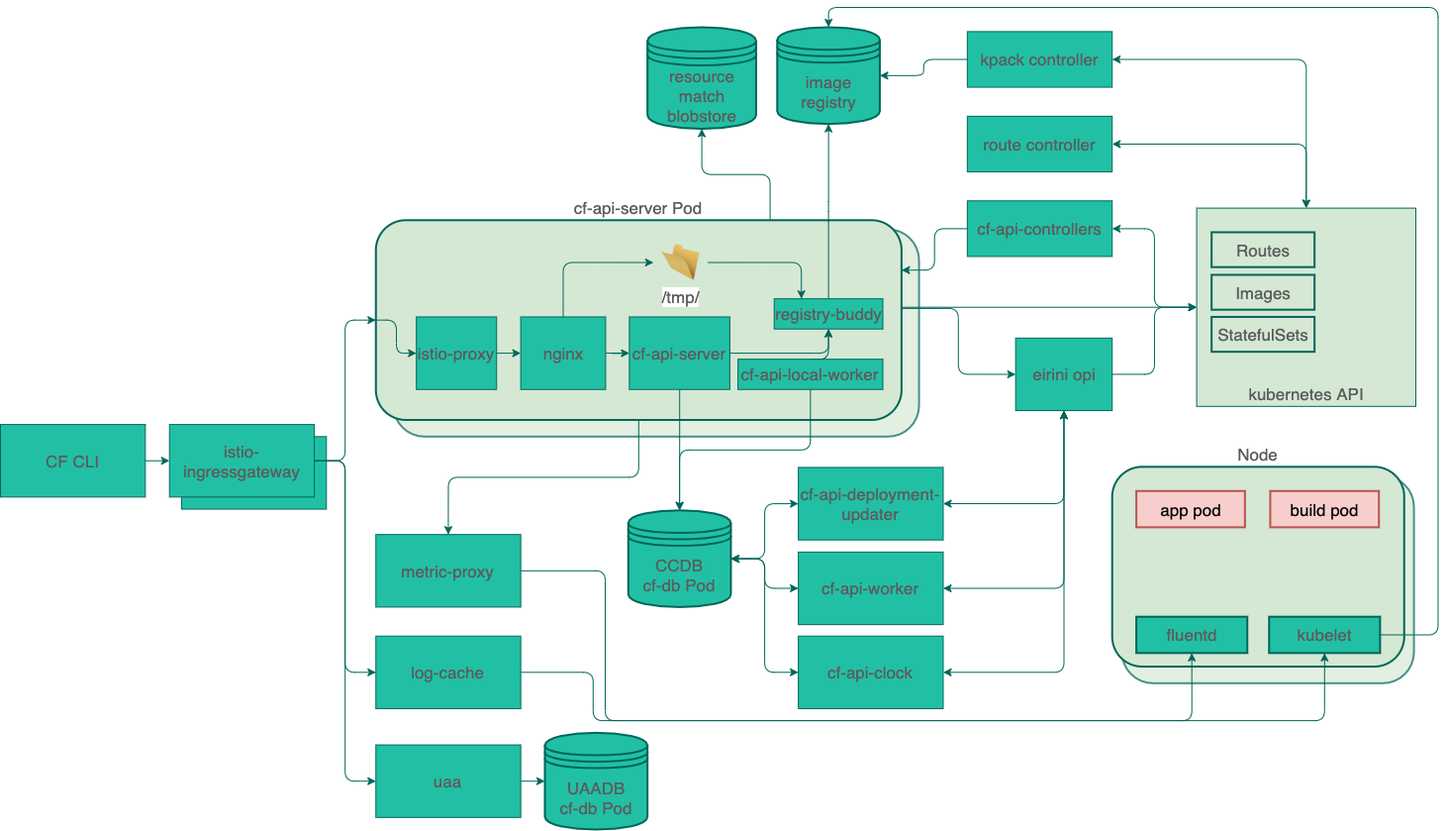
Earlier version of the draw.io export capi-k8s-release.png (cloudfoundry/capi-k8s-release). Source tidied: cells renumbered, new cells last; positions are measured from the earlier drawing's top-left corner, leaving out a move shared by most shapes.
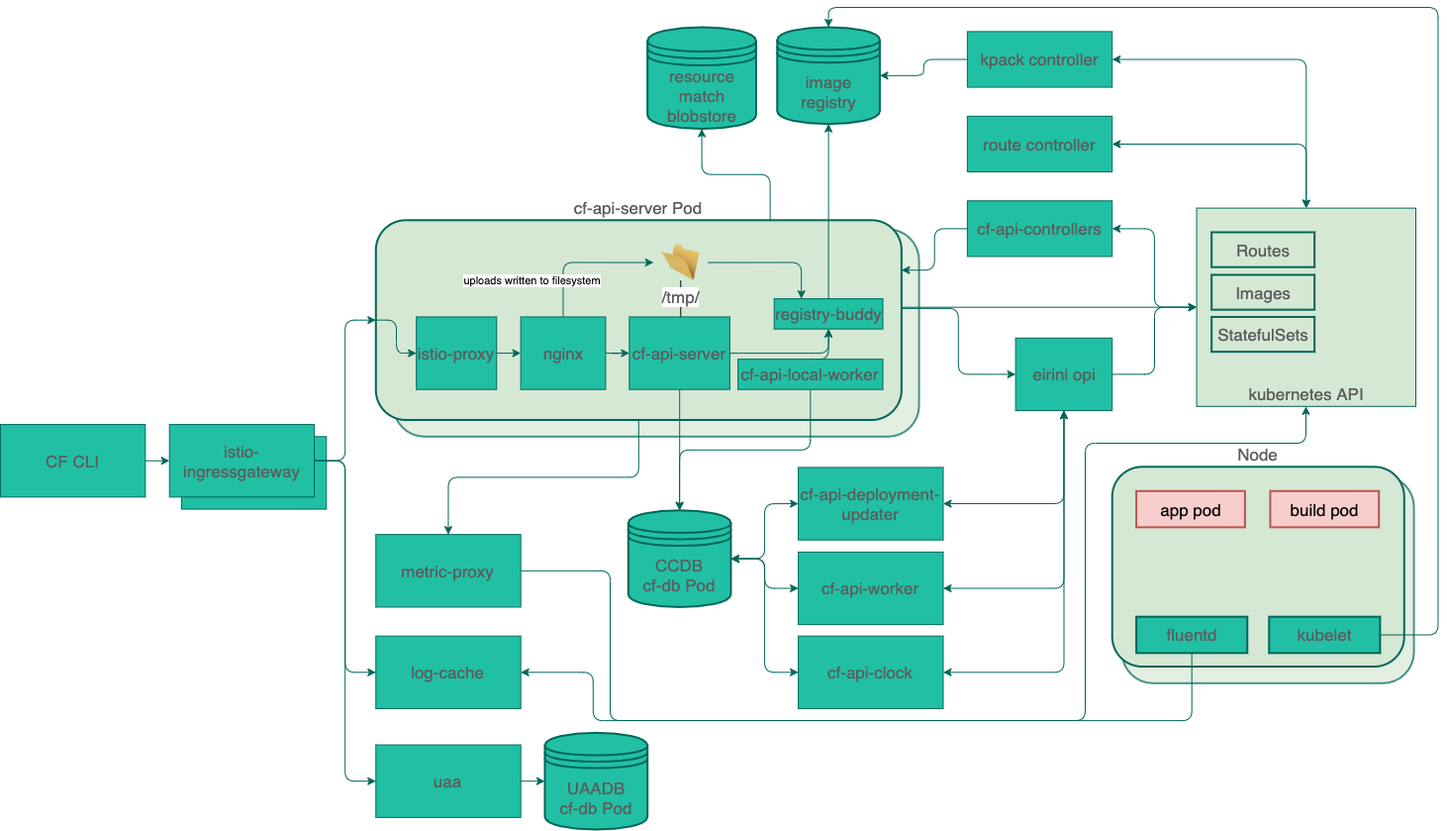
The same file after the commit.

Change to the diagram source:
```diff
@@ -17,6 +17,11 @@
     <mxCell id="6" value="cf-api-server Pod" style="rounded=1;whiteSpace=wrap;html=1;sketch=0;strokeColor=#006658;fontColor=#5C5C5C;strokeWidth=2;shadow=0;fillColor=#D5E8D4;glass=0;labelPosition=center;verticalLabelPosition=top;align=center;verticalAlign=bottom;fontSize=17;" parent="4" vertex="1">
       <mxGeometry width="531.1" height="201.7" as="geometry" />
     </mxCell>
+    <mxCell id="74" style="edgeStyle=orthogonalEdgeStyle;rounded=0;jettySize=auto;html=1;" parent="4" edge="1" source="7">
+      <mxGeometry relative="1" as="geometry">
+        <mxPoint x="307.9" y="141" as="targetPoint" />
+      </mxGeometry>
+    </mxCell>
     <mxCell id="7" value="/tmp/" style="image;html=1;image=img/lib/clip_art/general/Empty_Folder_128x128.png;rounded=0;shadow=0;glass=0;sketch=0;strokeColor=#006658;strokeWidth=2;fillColor=#21C0A5;fontColor=#5C5C5C;fontSize=17;" parent="4" vertex="1">
       <mxGeometry x="280.5" y="24.4" width="54.9" height="36.6" as="geometry" />
     </mxCell>
@@ -65,6 +70,11 @@
     <mxCell id="22" style="edgeStyle=orthogonalEdgeStyle;rounded=1;sketch=0;jettySize=auto;html=1;entryX=0;entryY=0.5;entryDx=0;entryDy=0;strokeColor=#006658;fillColor=#21C0A5;fontColor=#5C5C5C;exitX=0.5;exitY=0;exitDx=0;exitDy=0;fontSize=17;" parent="2" edge="1" source="23" target="7">
       <mxGeometry relative="1" as="geometry" />
     </mxCell>
+    <mxCell id="75" value="uploads written to filesystem" style="edgeLabel;html=1;align=center;verticalAlign=middle;" parent="22" vertex="1">
+      <mxGeometry x="-0.28" y="-6" relative="1" as="geometry">
+        <mxPoint x="-38.5" y="15.4" as="offset" />
+      </mxGeometry>
+    </mxCell>
     <mxCell id="23" value="nginx" style="rounded=0;whiteSpace=wrap;html=1;sketch=0;strokeColor=#006658;fillColor=#21C0A5;fontColor=#5C5C5C;fontSize=17;" parent="2" vertex="1">
       <mxGeometry x="525.6" y="312.5" width="85.8" height="73.2" as="geometry" />
     </mxCell>
@@ -141,15 +151,6 @@
     <mxCell id="46" value="build pod" style="rounded=0;whiteSpace=wrap;html=1;shadow=0;glass=0;sketch=0;strokeColor=#b85450;strokeWidth=2;fillColor=#f8cecc;fontSize=17;" parent="40" vertex="1">
       <mxGeometry x="159.7" y="24.4" width="109.8" height="36.6" as="geometry" />
     </mxCell>
-    <mxCell id="47" style="edgeStyle=orthogonalEdgeStyle;rounded=1;sketch=0;jettySize=auto;html=1;strokeColor=#006658;fillColor=#21C0A5;fontColor=#5C5C5C;entryX=0.5;entryY=1;entryDx=0;entryDy=0;fontSize=17;" parent="2" edge="1" source="34" target="43">
-      <mxGeometry relative="1" as="geometry">
-        <Array as="points">
-          <mxPoint x="611" y="568.8" />
-          <mxPoint x="611" y="720.1" />
-          <mxPoint x="1337.9" y="720.1" />
-        </Array>
-      </mxGeometry>
-    </mxCell>
     <mxCell id="48" style="edgeStyle=orthogonalEdgeStyle;rounded=1;sketch=0;jettySize=auto;html=1;entryX=0.5;entryY=1;entryDx=0;entryDy=0;startArrow=classic;startFill=1;endArrow=classic;endFill=1;strokeColor=#006658;fillColor=#21C0A5;fontColor=#5C5C5C;fontSize=17;" parent="2" edge="1" source="49" target="35">
       <mxGeometry relative="1" as="geometry" />
     </mxCell>
@@ -174,12 +175,12 @@
     <mxCell id="55" value="cf-api-clock" style="rounded=0;whiteSpace=wrap;html=1;sketch=0;strokeColor=#006658;fillColor=#21C0A5;fontColor=#5C5C5C;fontSize=17;" parent="2" vertex="1">
       <mxGeometry x="806.1" y="634.7" width="146.3" height="73.2" as="geometry" />
     </mxCell>
-    <mxCell id="56" style="edgeStyle=orthogonalEdgeStyle;rounded=1;sketch=0;jettySize=auto;html=1;exitX=0.5;exitY=1;exitDx=0;exitDy=0;entryX=1;entryY=0.5;entryDx=0;entryDy=0;startArrow=classic;startFill=1;endArrow=none;endFill=0;strokeColor=#006658;fillColor=#21C0A5;fontColor=#5C5C5C;fontSize=17;" parent="2" edge="1" source="44" target="33">
+    <mxCell id="56" style="edgeStyle=orthogonalEdgeStyle;rounded=1;sketch=0;jettySize=auto;html=1;exitX=1;exitY=0.5;exitDx=0;exitDy=0;entryX=0.5;entryY=1;entryDx=0;entryDy=0;startArrow=classic;startFill=1;endArrow=none;endFill=0;strokeColor=#006658;fillColor=#21C0A5;fontColor=#5C5C5C;fontSize=17;" parent="2" edge="1" source="33" target="44">
       <mxGeometry relative="1" as="geometry">
         <Array as="points">
+          <mxPoint x="598.8" y="671.3" />
+          <mxPoint x="598.8" y="720.1" />
           <mxPoint x="1203.7" y="720.1" />
-          <mxPoint x="598.8" y="720.1" />
-          <mxPoint x="598.8" y="671.3" />
         </Array>
       </mxGeometry>
     </mxCell>
@@ -231,6 +232,17 @@
     <mxCell id="70" value="Routes" style="rounded=0;whiteSpace=wrap;html=1;shadow=0;glass=0;sketch=0;strokeColor=#006658;strokeWidth=2;fillColor=#D5E8D4;fontSize=17;fontColor=#5C5C5C;" parent="2" vertex="1">
       <mxGeometry x="1223.7" y="227" width="104" height="35.2" as="geometry" />
     </mxCell>
+    <mxCell id="76" style="edgeStyle=orthogonalEdgeStyle;rounded=1;sketch=0;jettySize=auto;html=1;exitX=1;exitY=0.5;exitDx=0;exitDy=0;startArrow=none;startFill=0;endArrow=classic;endFill=1;strokeColor=#006658;fillColor=#21C0A5;fontColor=#5C5C5C;fontSize=17;" parent="2" edge="1" source="34" target="37">
+      <mxGeometry relative="1" as="geometry">
+        <Array as="points">
+          <mxPoint x="616" y="569" />
+          <mxPoint x="616" y="720" />
+          <mxPoint x="1096" y="720" />
+          <mxPoint x="1096" y="440" />
+          <mxPoint x="1319" y="440" />
+        </Array>
+      </mxGeometry>
+    </mxCell>
     <mxCell id="71" value="kpack controller" style="rounded=0;whiteSpace=wrap;html=1;sketch=0;strokeColor=#006658;fillColor=#21C0A5;fontColor=#5C5C5C;fontSize=17;" parent="1" vertex="1">
       <mxGeometry x="976.9" y="24.4" width="146.3" height="56.1" as="geometry" />
     </mxCell>
```
